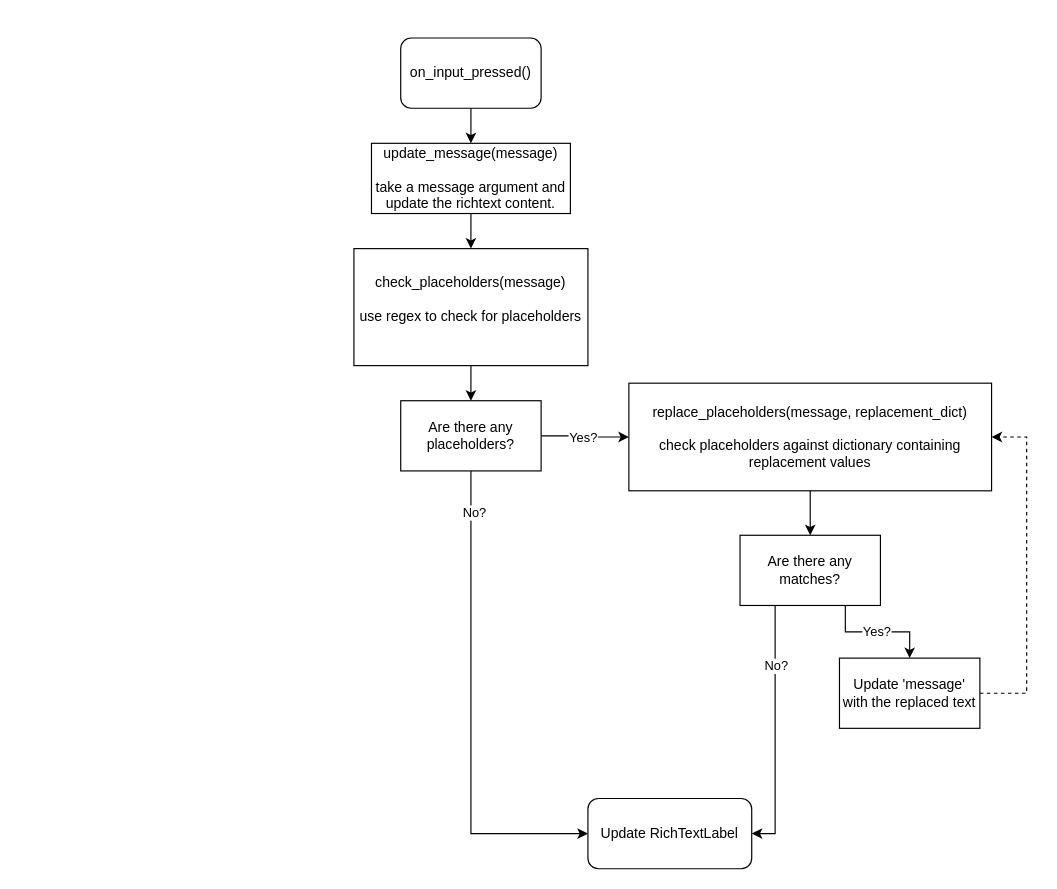
Above: RPGTest_DialogueFlowchart.drawio in WeekOldFishBones/RPGBattleTest (draw.io), before the change. Source tidied: cells renumbered, new cells numbered last; positions are measured from the earlier drawing's top-left corner, leaving out a move shared by most shapes. Both pictures are drawn from the tidied source at 117%, with x=0, y=0 at pixel (353, 37).
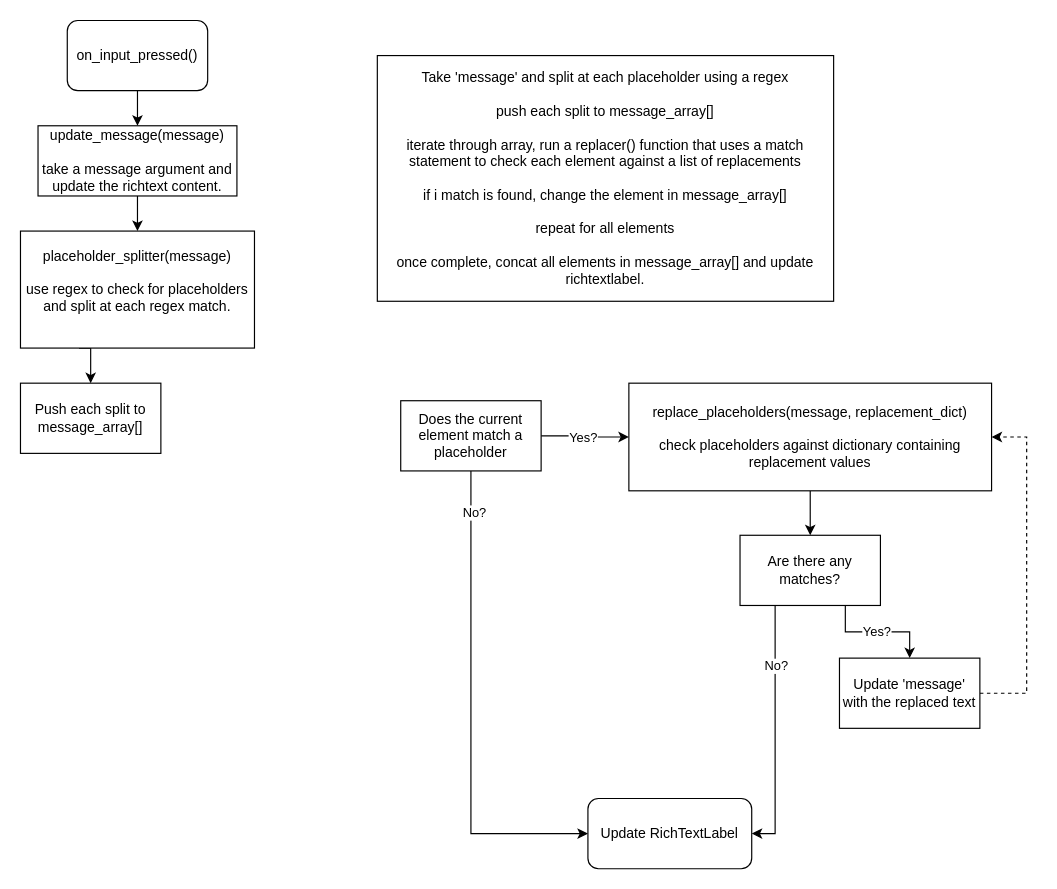
The same diagram, later.

Diff of the diagram source:
```diff
@@
     <mxCell id="3" value="update_message(message)&lt;div&gt;&lt;br&gt;&lt;/div&gt;&lt;div&gt;take a message argument and update the richtext content.&lt;/div&gt;" style="rounded=0;whiteSpace=wrap;html=1;" parent="1" vertex="1">
-      <mxGeometry x="15" y="90" width="170" height="60" as="geometry" />
+      <mxGeometry x="-270" y="75" width="170" height="60" as="geometry" />
     </mxCell>
-    <mxCell id="4" style="edgeStyle=orthogonalEdgeStyle;rounded=0;jettySize=auto;html=1;exitX=0.5;exitY=1;exitDx=0;exitDy=0;entryX=0.5;entryY=0;entryDx=0;entryDy=0;" parent="1" edge="1" source="5" target="17">
-      <mxGeometry relative="1" as="geometry" />
-    </mxCell>
+    <mxCell id="23" style="edgeStyle=orthogonalEdgeStyle;rounded=0;jettySize=auto;html=1;exitX=0.25;exitY=1;exitDx=0;exitDy=0;entryX=0.5;entryY=0;entryDx=0;entryDy=0;" parent="1" edge="1" source="5" target="25">
+      <mxGeometry relative="1" as="geometry" />
+    </mxCell>
-    <mxCell id="5" value="check_placeholders(message)&lt;div&gt;&lt;br&gt;&lt;div&gt;use regex to check for placeholders&lt;/div&gt;&lt;div&gt;&lt;br&gt;&lt;/div&gt;&lt;/div&gt;" style="whiteSpace=wrap;html=1;rounded=0;" parent="1" vertex="1">
-      <mxGeometry y="180" width="200" height="100" as="geometry" />
+    <mxCell id="5" value="placeholder_splitter(message)&lt;div&gt;&lt;br&gt;&lt;div&gt;use regex to check for placeholders and split at each regex match.&lt;/div&gt;&lt;div&gt;&lt;br&gt;&lt;/div&gt;&lt;/div&gt;" style="whiteSpace=wrap;html=1;rounded=0;" parent="1" vertex="1">
+      <mxGeometry x="-285" y="165" width="200" height="100" as="geometry" />
     </mxCell>
@@
-    <mxCell id="17" value="Are there any placeholders?" style="rounded=0;whiteSpace=wrap;html=1;" parent="1" vertex="1">
+    <mxCell id="17" value="Does the current element match a placeholder" style="rounded=0;whiteSpace=wrap;html=1;" parent="1" vertex="1">
       <mxGeometry x="40" y="310" width="120" height="60" as="geometry" />
     </mxCell>
@@
     <mxCell id="19" value="on_input_pressed()" style="rounded=1;whiteSpace=wrap;html=1;" parent="1" vertex="1">
-      <mxGeometry x="40" width="120" height="60" as="geometry" />
+      <mxGeometry x="-245" y="-15" width="120" height="60" as="geometry" />
     </mxCell>
@@
+    <mxCell id="24" value="Take 'message' and split at each placeholder&amp;nbsp;using a regex&lt;div&gt;&lt;br&gt;&lt;div&gt;push each split to message_array[]&lt;/div&gt;&lt;div&gt;&lt;br&gt;&lt;/div&gt;&lt;div&gt;iterate through array, run a replacer() function that uses a match statement to check each element against a list of replacements&lt;/div&gt;&lt;div&gt;&lt;br&gt;&lt;/div&gt;&lt;div&gt;if i match is found, change the element in message_array[]&lt;/div&gt;&lt;div&gt;&lt;br&gt;&lt;/div&gt;&lt;div&gt;repeat for all elements&lt;/div&gt;&lt;div&gt;&lt;br&gt;&lt;/div&gt;&lt;div&gt;once complete, concat all elements in message_array[] and update richtextlabel.&lt;/div&gt;&lt;/div&gt;" style="rounded=0;whiteSpace=wrap;html=1;" parent="1" vertex="1">
+      <mxGeometry x="20" y="15" width="390" height="210" as="geometry" />
+    </mxCell>
+    <mxCell id="25" value="Push each split to message_array[]" style="rounded=0;whiteSpace=wrap;html=1;" parent="1" vertex="1">
+      <mxGeometry x="-285" y="295" width="120" height="60" as="geometry" />
+    </mxCell>
```
